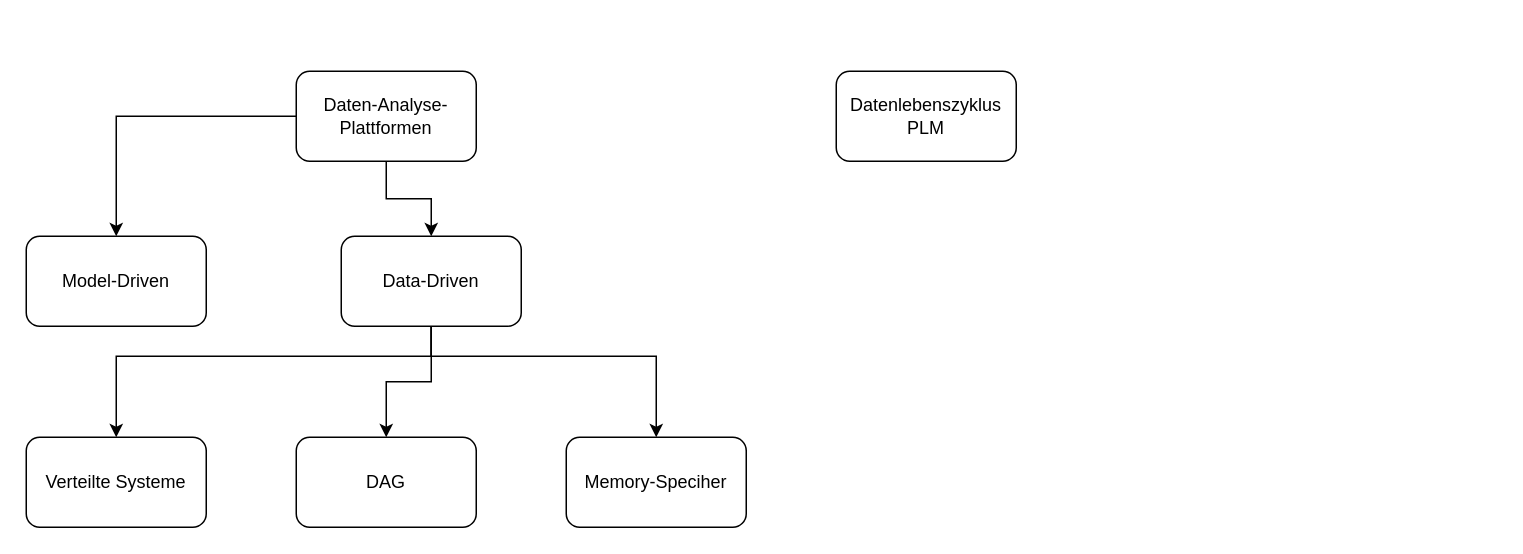
aquamas/diagrams keeps this draw.io diagram as page "Strömungen" (2 of 19) of Segmentierung.drawio. Above is the earlier version. Source tidied: cells renumbered, new cells numbered last; positions are measured from the earlier drawing's top-left corner, leaving out a move shared by most shapes. Both pictures are drawn from the tidied source at 150%, with x=0, y=0 at pixel (26, 70).
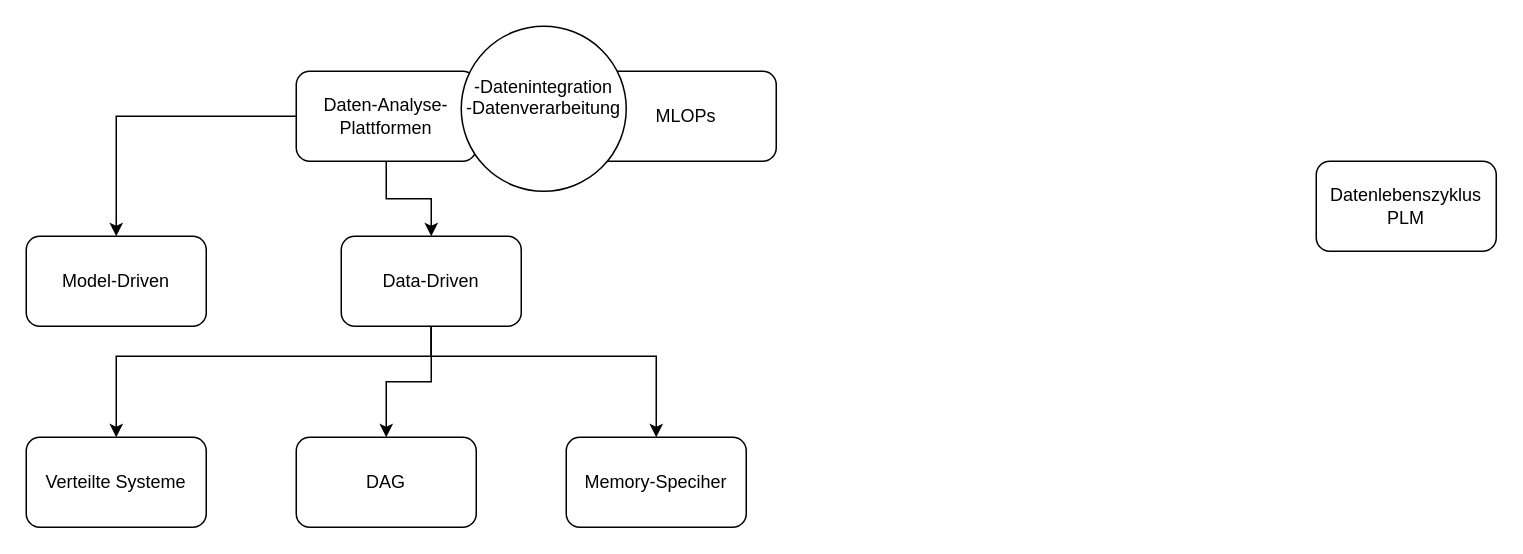
The same diagram, later.

What changed in the source:
```diff
@@
 <mxGraphModel>
   <root>
     <mxCell id="0" />
     <mxCell id="1" parent="0" />
     <mxCell id="2" style="edgeStyle=orthogonalEdgeStyle;rounded=0;jettySize=auto;html=1;entryX=0.5;entryY=0;entryDx=0;entryDy=0;" parent="1" edge="1" source="4" target="5">
       <mxGeometry relative="1" as="geometry" />
     </mxCell>
     <mxCell id="3" style="edgeStyle=orthogonalEdgeStyle;rounded=0;jettySize=auto;html=1;" parent="1" edge="1" source="4" target="9">
       <mxGeometry relative="1" as="geometry" />
     </mxCell>
     <mxCell id="4" value="Daten-Analyse-Plattformen" style="rounded=1;whiteSpace=wrap;html=1;" parent="1" vertex="1">
       <mxGeometry x="180" width="120" height="60" as="geometry" />
     </mxCell>
     <mxCell id="5" value="Model-Driven" style="rounded=1;whiteSpace=wrap;html=1;" parent="1" vertex="1">
       <mxGeometry y="110" width="120" height="60" as="geometry" />
     </mxCell>
     <mxCell id="6" style="edgeStyle=orthogonalEdgeStyle;rounded=0;jettySize=auto;html=1;" parent="1" edge="1" source="9" target="11">
       <mxGeometry relative="1" as="geometry">
         <Array as="points">
           <mxPoint x="270" y="190" />
           <mxPoint x="60" y="190" />
         </Array>
       </mxGeometry>
     </mxCell>
     <mxCell id="7" style="edgeStyle=orthogonalEdgeStyle;rounded=0;jettySize=auto;html=1;entryX=0.5;entryY=0;entryDx=0;entryDy=0;" parent="1" edge="1" source="9" target="12">
       <mxGeometry relative="1" as="geometry" />
     </mxCell>
     <mxCell id="8" style="edgeStyle=orthogonalEdgeStyle;rounded=0;jettySize=auto;html=1;entryX=0.5;entryY=0;entryDx=0;entryDy=0;" parent="1" edge="1" source="9" target="13">
       <mxGeometry relative="1" as="geometry">
         <Array as="points">
           <mxPoint x="270" y="190" />
           <mxPoint x="420" y="190" />
         </Array>
       </mxGeometry>
     </mxCell>
     <mxCell id="9" value="Data-Driven" style="rounded=1;whiteSpace=wrap;html=1;" parent="1" vertex="1">
       <mxGeometry x="210" y="110" width="120" height="60" as="geometry" />
     </mxCell>
     <mxCell id="10" value="Datenlebenszyklus PLM" style="rounded=1;whiteSpace=wrap;html=1;" parent="1" vertex="1">
-      <mxGeometry x="540" width="120" height="60" as="geometry" />
+      <mxGeometry x="860" y="60" width="120" height="60" as="geometry" />
     </mxCell>
     <mxCell id="11" value="Verteilte Systeme" style="rounded=1;whiteSpace=wrap;html=1;" parent="1" vertex="1">
       <mxGeometry y="244" width="120" height="60" as="geometry" />
     </mxCell>
     <mxCell id="12" value="DAG" style="rounded=1;whiteSpace=wrap;html=1;" parent="1" vertex="1">
       <mxGeometry x="180" y="244" width="120" height="60" as="geometry" />
     </mxCell>
     <mxCell id="13" value="Memory-Speciher" style="rounded=1;whiteSpace=wrap;html=1;" parent="1" vertex="1">
       <mxGeometry x="360" y="244" width="120" height="60" as="geometry" />
     </mxCell>
+    <mxCell id="14" value="MLOPs" style="rounded=1;whiteSpace=wrap;html=1;" parent="1" vertex="1">
+      <mxGeometry x="380" width="120" height="60" as="geometry" />
+    </mxCell>
+    <mxCell id="15" value="-Datenintegration&lt;div&gt;-Datenverarbeitung&lt;br&gt;&lt;div&gt;&lt;br&gt;&lt;/div&gt;&lt;/div&gt;" style="ellipse;whiteSpace=wrap;html=1;" parent="1" vertex="1">
+      <mxGeometry x="290" y="-30" width="110" height="110" as="geometry" />
+    </mxCell>
   </root>
 </mxGraphModel>
```
